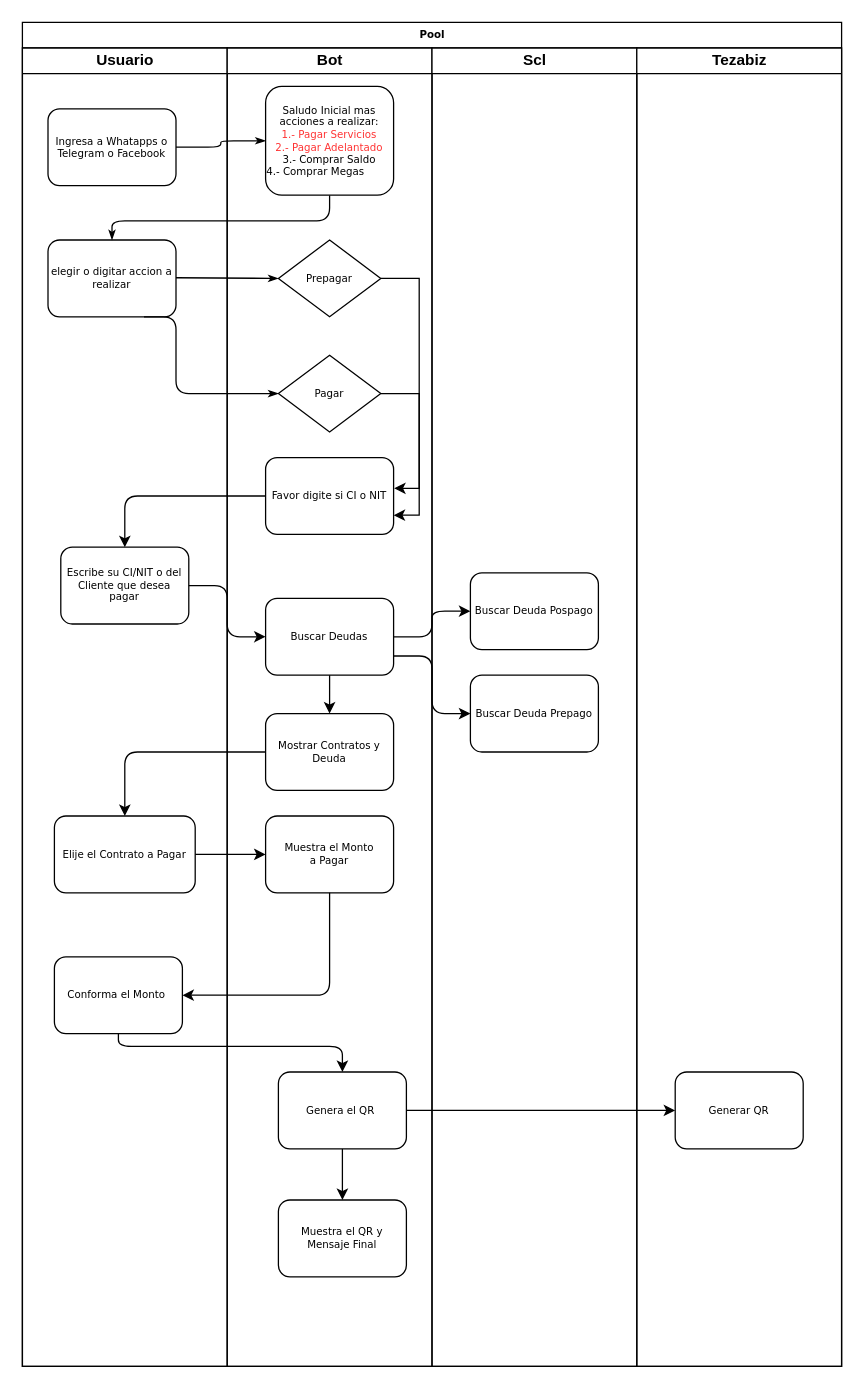
diburichard/Diagramas keeps this draw.io diagram as page "Pago de Servicios" (1 of 4) of Untitled Diagram.drawio. Above is the earlier version. Source tidied: cells renumbered, new cells numbered last; positions are measured from the earlier drawing's top-left corner, leaving out a move shared by most shapes. Both pictures are drawn from the tidied source at 128%, with x=0, y=0 at pixel (22, 22).
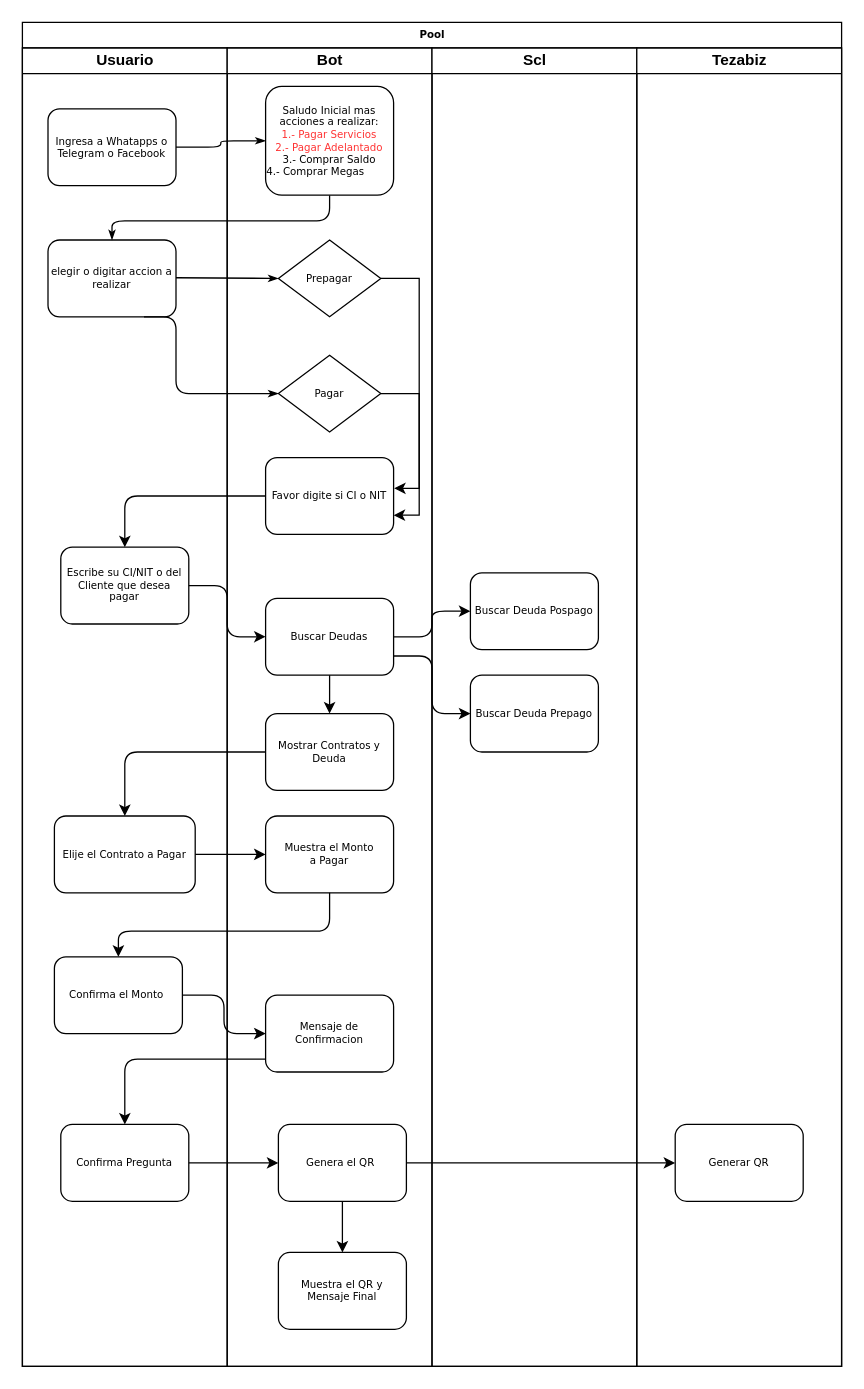
The same diagram, later.

The change refers to these unchanged cells:
```xml
<mxCell id="2" value="Pool" style="swimlane;html=1;startSize=20;rounded=0;shadow=0;labelBackgroundColor=none;strokeWidth=1;fontFamily=Verdana;fontSize=8;align=center;" parent="1" vertex="1">
  <mxGeometry width="640" height="1050" as="geometry" />
</mxCell>
<mxCell id="3" value="Usuario" style="swimlane;html=1;startSize=20;" parent="2" vertex="1">
  <mxGeometry y="20" width="160" height="1030" as="geometry" />
</mxCell>
<mxCell id="12" value="Bot" style="swimlane;html=1;startSize=20;" parent="2" vertex="1">
  <mxGeometry x="160" y="20" width="160" height="1030" as="geometry" />
</mxCell>
<mxCell id="22" value="Muestra el Monto&lt;br&gt;a Pagar" style="rounded=1;whiteSpace=wrap;html=1;shadow=0;labelBackgroundColor=none;strokeWidth=1;fontFamily=Verdana;fontSize=8;align=center;" parent="12" vertex="1">
  <mxGeometry x="30" y="600" width="100" height="60" as="geometry" />
</mxCell>
<mxCell id="29" value="Tezabiz" style="swimlane;html=1;startSize=20;" parent="2" vertex="1">
  <mxGeometry x="480" y="20" width="160" height="1030" as="geometry" />
</mxCell>
```

Diff of the diagram source:
```diff
@@
-    <mxCell id="9" value="Conforma el Monto&amp;nbsp;" style="rounded=1;whiteSpace=wrap;html=1;shadow=0;labelBackgroundColor=none;strokeWidth=1;fontFamily=Verdana;fontSize=8;align=center;" parent="3" vertex="1">
+    <mxCell id="9" value="Confirma el Monto&amp;nbsp;" style="rounded=1;whiteSpace=wrap;html=1;shadow=0;labelBackgroundColor=none;strokeWidth=1;fontFamily=Verdana;fontSize=8;align=center;" parent="3" vertex="1">
       <mxGeometry x="25" y="710" width="100" height="60" as="geometry" />
     </mxCell>
+    <mxCell id="41" value="Confirma Pregunta" style="rounded=1;whiteSpace=wrap;html=1;shadow=0;labelBackgroundColor=none;strokeWidth=1;fontFamily=Verdana;fontSize=8;align=center;" parent="3" vertex="1">
+      <mxGeometry x="30" y="841" width="100" height="60" as="geometry" />
+    </mxCell>
@@
     <mxCell id="24" value="Genera el QR&amp;nbsp;" style="rounded=1;whiteSpace=wrap;html=1;shadow=0;labelBackgroundColor=none;strokeWidth=1;fontFamily=Verdana;fontSize=8;align=center;" parent="12" vertex="1">
-      <mxGeometry x="40" y="800" width="100" height="60" as="geometry" />
+      <mxGeometry x="40" y="841" width="100" height="60" as="geometry" />
     </mxCell>
     <mxCell id="25" value="Muestra el QR y Mensaje Final" style="rounded=1;whiteSpace=wrap;html=1;shadow=0;labelBackgroundColor=none;strokeWidth=1;fontFamily=Verdana;fontSize=8;align=center;" parent="12" vertex="1">
-      <mxGeometry x="40" y="900" width="100" height="60" as="geometry" />
+      <mxGeometry x="40" y="941" width="100" height="60" as="geometry" />
     </mxCell>
+    <mxCell id="42" value="Mensaje de Confirmacion" style="rounded=1;whiteSpace=wrap;html=1;shadow=0;labelBackgroundColor=none;strokeWidth=1;fontFamily=Verdana;fontSize=8;align=center;" parent="12" vertex="1">
+      <mxGeometry x="30" y="740" width="100" height="60" as="geometry" />
+    </mxCell>
@@
     <mxCell id="30" value="Generar QR" style="rounded=1;whiteSpace=wrap;html=1;shadow=0;labelBackgroundColor=none;strokeWidth=1;fontFamily=Verdana;fontSize=8;align=center;" parent="29" vertex="1">
-      <mxGeometry x="30" y="800" width="100" height="60" as="geometry" />
+      <mxGeometry x="30" y="841" width="100" height="60" as="geometry" />
     </mxCell>
@@
     <mxCell id="38" style="edgeStyle=orthogonalEdgeStyle;rounded=1;jettySize=auto;html=1;fontColor=#FF3333;" parent="2" edge="1" source="22" target="9">
       <mxGeometry relative="1" as="geometry">
         <Array as="points">
-          <mxPoint x="240" y="760" />
+          <mxPoint x="240" y="710" />
+          <mxPoint x="75" y="710" />
         </Array>
       </mxGeometry>
     </mxCell>
-    <mxCell id="39" style="edgeStyle=orthogonalEdgeStyle;rounded=1;jettySize=auto;html=1;fontColor=#FF3333;" parent="2" edge="1" source="9" target="24">
-      <mxGeometry relative="1" as="geometry">
-        <Array as="points">
-          <mxPoint x="75" y="800" />
-          <mxPoint x="250" y="800" />
-        </Array>
-      </mxGeometry>
-    </mxCell>
@@
+    <mxCell id="43" style="edgeStyle=orthogonalEdgeStyle;rounded=1;jettySize=auto;html=1;fontColor=#FF3333;" parent="2" edge="1" source="9" target="42">
+      <mxGeometry relative="1" as="geometry" />
+    </mxCell>
+    <mxCell id="44" style="edgeStyle=orthogonalEdgeStyle;rounded=1;jettySize=auto;html=1;fontColor=#FF3333;" parent="2" edge="1" source="42" target="41">
+      <mxGeometry relative="1" as="geometry">
+        <Array as="points">
+          <mxPoint x="80" y="810" />
+        </Array>
+      </mxGeometry>
+    </mxCell>
+    <mxCell id="45" style="edgeStyle=orthogonalEdgeStyle;rounded=1;jettySize=auto;html=1;fontColor=#FF3333;" parent="2" edge="1" source="41" target="24">
+      <mxGeometry relative="1" as="geometry" />
+    </mxCell>
```
